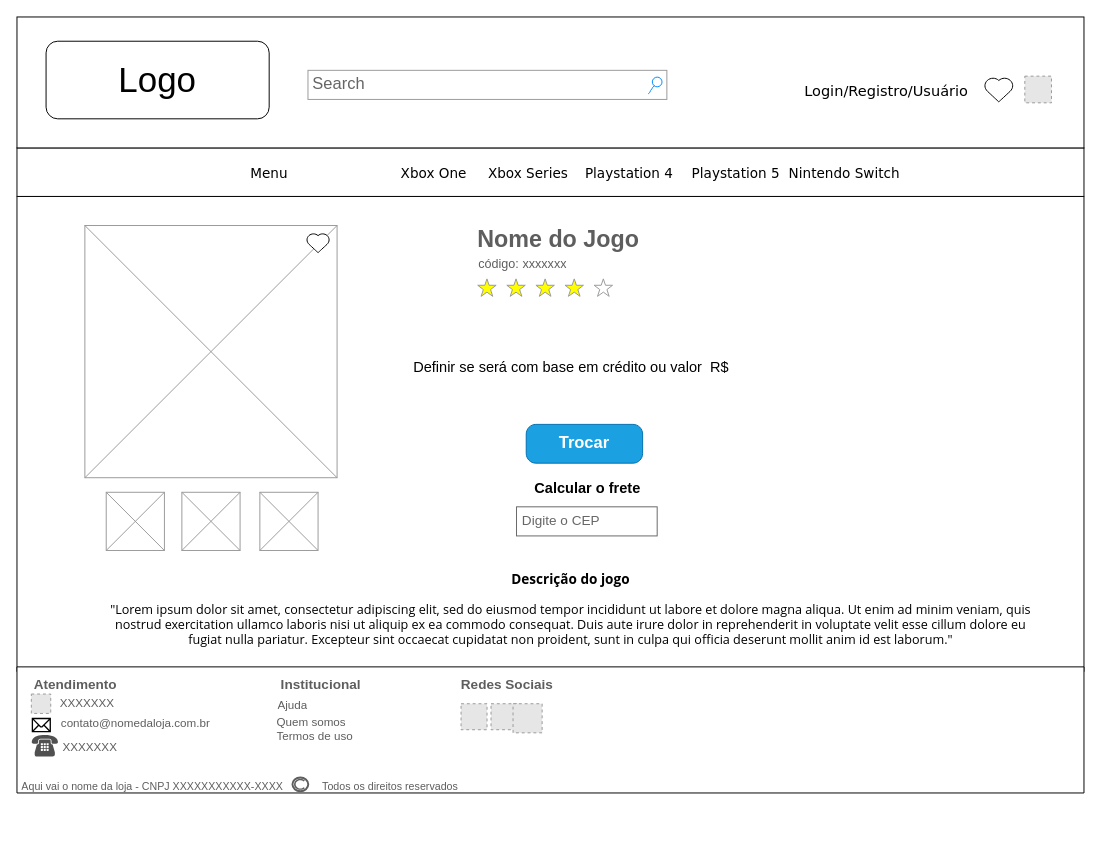
This is page "1.1 Detalhes do produto" (4 of 17) of wireframe.drawio from pdaambrosio/dh_group_5, a draw.io file, before an edit. Source tidied: cells renumbered, new cells numbered last; positions are measured from the earlier drawing's top-left corner, leaving out a move shared by most shapes. Both pictures are drawn from the tidied source at 97%, with x=0, y=0 at pixel (16, 16). Pictures stored in the file or linked from it are replaced by grey dashed boxes.
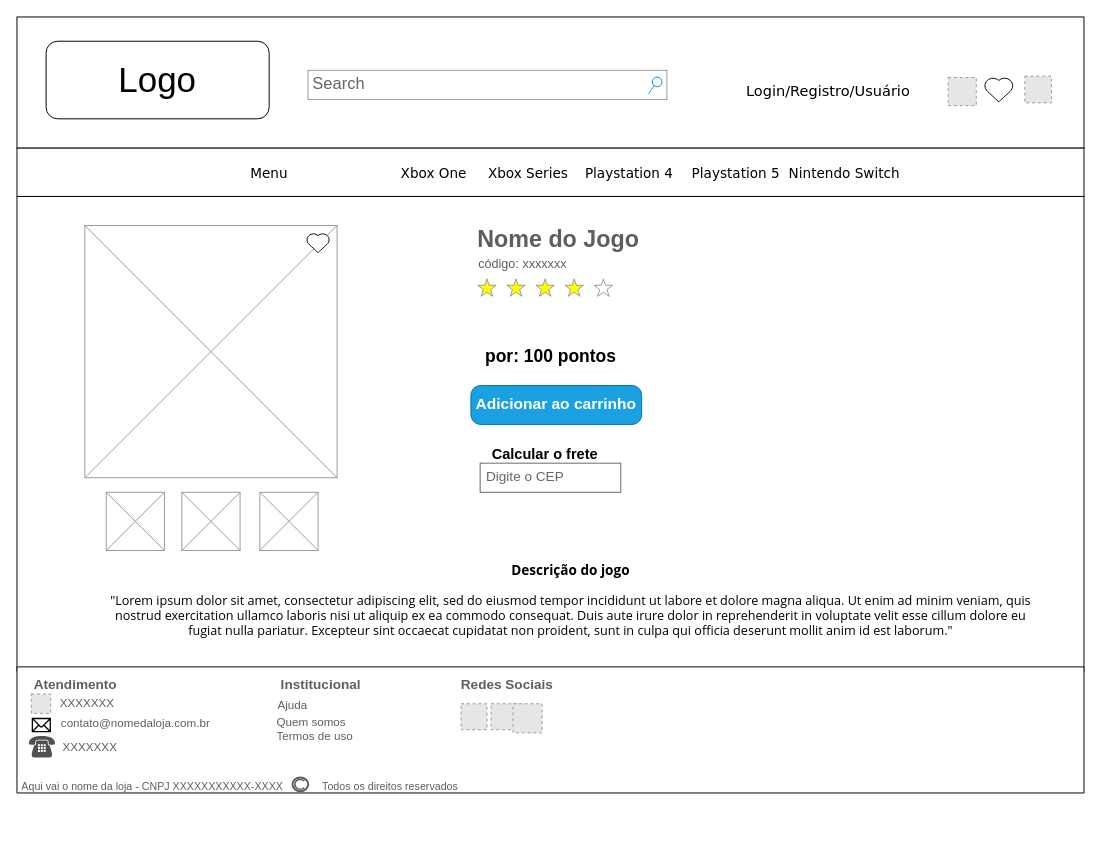
After the change.

Change to the diagram source:
```diff
@@
     <mxCell id="6" value="&lt;font style=&quot;font-size: 15px;&quot;&gt;Login/Registro/Usuário&lt;/font&gt;" style="text;html=1;align=left;verticalAlign=top;spacingTop=-4;fontSize=15;fontFamily=Verdana;" parent="1" vertex="1">
-      <mxGeometry x="810" y="65" width="177" height="20" as="geometry" />
+      <mxGeometry x="750" y="65" width="177" height="20" as="geometry" />
     </mxCell>
@@
     <mxCell id="34" style="shadow=0;dashed=0;html=1;strokeColor=none;fillColor=#505050;labelPosition=center;verticalLabelPosition=bottom;verticalAlign=top;align=center;shape=mxgraph.office.devices.phone_traditional;fontSize=11;" parent="1" vertex="1">
-      <mxGeometry x="15.2" y="740" width="27" height="22.5" as="geometry" />
+      <mxGeometry x="12.2" y="741" width="27" height="22.5" as="geometry" />
     </mxCell>
@@
-    <mxCell id="40" value="Trocar" style="strokeWidth=1;shadow=0;dashed=0;align=center;html=1;shape=mxgraph.mockup.buttons.button;mainText=;buttonStyle=round;fontSize=17;fontStyle=1;whiteSpace=wrap;fillColor=#1ba1e2;strokeColor=#006EAF;fontColor=#ffffff;" parent="1" vertex="1">
-      <mxGeometry x="525" y="420" width="120" height="40" as="geometry" />
+    <mxCell id="40" value="&lt;font style=&quot;font-size: 16px&quot;&gt;Adicionar ao carrinho&lt;/font&gt;" style="strokeWidth=1;shadow=0;dashed=0;align=center;html=1;shape=mxgraph.mockup.buttons.button;mainText=;buttonStyle=round;fontSize=17;fontStyle=1;whiteSpace=wrap;fillColor=#1ba1e2;fontColor=#ffffff;strokeColor=#006EAF;" parent="1" vertex="1">
+      <mxGeometry x="468" y="380" width="176" height="40" as="geometry" />
     </mxCell>
@@
     <mxCell id="43" value="&lt;h3 style=&quot;text-align: center ; margin: 15px 0px ; padding: 0px ; font-family: &amp;#34;open sans&amp;#34; , &amp;#34;arial&amp;#34; , sans-serif ; background-color: rgb(255 , 255 , 255) ; font-size: 14px&quot;&gt;&lt;span&gt;Descrição do jogo&lt;/span&gt;&lt;/h3&gt;&lt;h3 style=&quot;text-align: center ; margin: 15px 0px ; padding: 0px ; font-family: &amp;#34;open sans&amp;#34; , &amp;#34;arial&amp;#34; , sans-serif ; background-color: rgb(255 , 255 , 255)&quot;&gt;&lt;span style=&quot;font-weight: 400&quot;&gt;&lt;font style=&quot;font-size: 13px&quot;&gt;&quot;Lorem ipsum dolor sit amet, consectetur adipiscing elit, sed do eiusmod tempor incididunt ut labore et dolore magna aliqua. Ut enim ad minim veniam, quis nostrud exercitation ullamco laboris nisi ut aliquip ex ea commodo consequat. Duis aute irure dolor in reprehenderit in voluptate velit esse cillum dolore eu fugiat nulla pariatur. Excepteur sint occaecat cupidatat non proident, sunt in culpa qui officia deserunt mollit anim id est laborum.&quot;&lt;/font&gt;&lt;/span&gt;&lt;br&gt;&lt;/h3&gt;" style="text;html=1;strokeColor=none;fillColor=none;spacing=5;spacingTop=-20;whiteSpace=wrap;overflow=hidden;rounded=0;strokeWidth=2;fontSize=11;" parent="1" vertex="1">
-      <mxGeometry x="80.2" y="567" width="980" height="140" as="geometry" />
+      <mxGeometry x="80.2" y="558" width="980" height="140" as="geometry" />
     </mxCell>
@@
     <mxCell id="46" value="&lt;font style=&quot;font-size: 14px&quot;&gt;Digite o CEP&lt;/font&gt;" style="strokeWidth=1;shadow=0;dashed=0;align=center;html=1;shape=mxgraph.mockup.text.textBox;fontColor=#666666;align=left;fontSize=17;spacingLeft=4;spacingTop=-3;strokeColor=#666666;mainText=;fillColor=none;" parent="1" vertex="1">
-      <mxGeometry x="515" y="505" width="145" height="30" as="geometry" />
+      <mxGeometry x="477.5" y="460" width="145" height="30" as="geometry" />
     </mxCell>
     <mxCell id="47" value="&lt;b&gt;Calcular o frete&lt;/b&gt;" style="text;html=1;align=center;verticalAlign=middle;fontSize=15;" parent="1" vertex="1">
-      <mxGeometry x="527.5" y="475" width="120" height="20" as="geometry" />
+      <mxGeometry x="484" y="440" width="120" height="20" as="geometry" />
     </mxCell>
-    <mxCell id="48" value="Definir se será com base em crédito ou valor&amp;nbsp; R$" style="text;html=1;align=center;verticalAlign=middle;fontSize=15;" parent="1" vertex="1">
-      <mxGeometry x="401.2" y="350" width="340" height="20" as="geometry" />
+    <mxCell id="48" value="&lt;font style=&quot;font-size: 18px&quot;&gt;&lt;b&gt;por: 100 pontos&lt;/b&gt;&lt;/font&gt;" style="text;html=1;align=center;verticalAlign=middle;fontSize=15;" parent="1" vertex="1">
+      <mxGeometry x="475" y="340" width="150" height="20" as="geometry" />
     </mxCell>
+    <mxCell id="49" style="fillColor=#E6E6E6;strokeColor=#999999;dashed=1;html=1;verticalAlign=top;verticalLabelPosition=bottom;labelBackgroundColor=#ffffff;fontSize=15;" parent="1" vertex="1">
+      <mxGeometry x="960" y="62.4" width="29" height="29" as="geometry" />
+    </mxCell>
```
